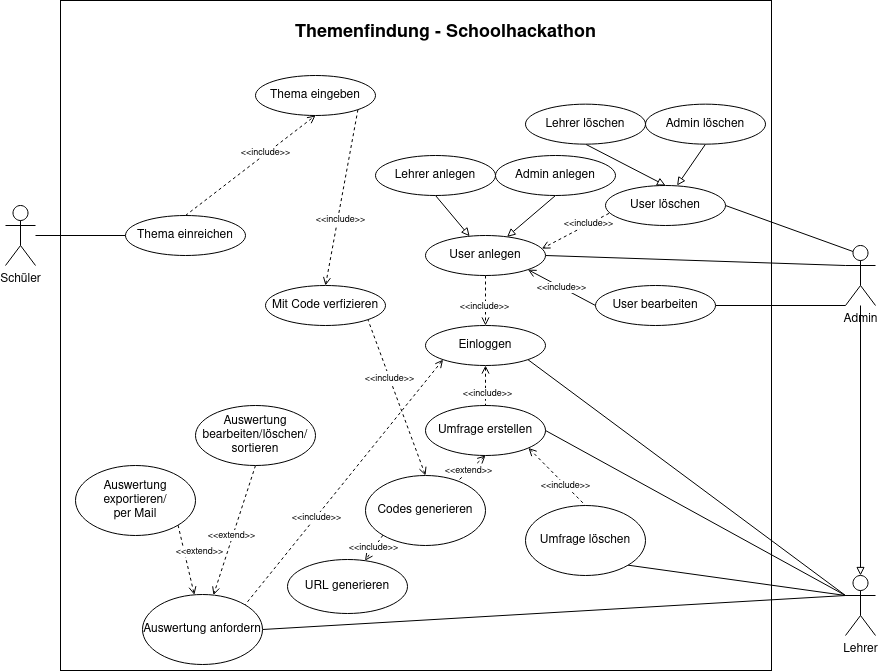
Before: Sprint-0/Use-Case-Diagram/Use-Case-Diagram.png, a diagram exported from draw.io (AllCatchingEye/School-Hackathon). Source tidied: cells renumbered, new cells last; positions are measured from the earlier drawing's top-left corner, leaving out a move shared by most shapes.
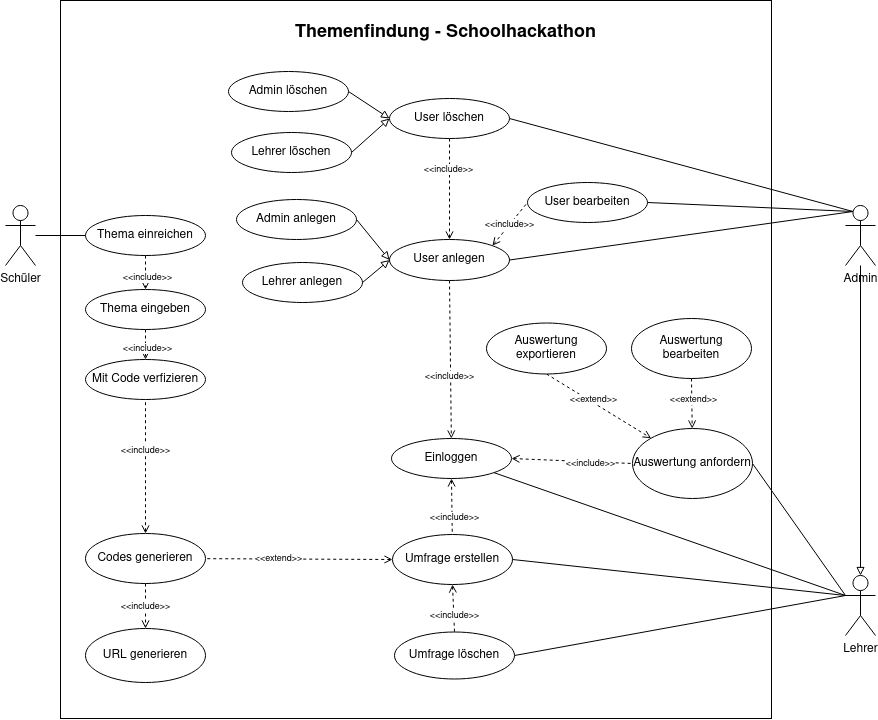
Later version of the same file.

The edit, as a diff of the source:
```diff
@@ -3,7 +3,7 @@
     <mxCell id="0" />
     <mxCell id="1" parent="0" />
     <mxCell id="2" style="rounded=0;whiteSpace=wrap;html=1;" parent="1" vertex="1">
-      <mxGeometry x="55" width="711" height="670" as="geometry" />
+      <mxGeometry x="55" width="711" height="718" as="geometry" />
     </mxCell>
     <mxCell id="3" style="edgeStyle=none;rounded=0;jettySize=auto;html=1;exitX=0.5;exitY=1;exitDx=0;exitDy=0;dashed=1;fontSize=9;startArrow=none;startFill=0;endArrow=open;endFill=0;" parent="1" edge="1" source="5" target="31">
       <mxGeometry relative="1" as="geometry" />
@@ -13,23 +13,23 @@
         <mxPoint y="-10" as="offset" />
       </mxGeometry>
     </mxCell>
-    <mxCell id="5" value="&lt;div&gt;Auswertung bearbeiten/löschen/&lt;/div&gt;&lt;div&gt;sortieren&lt;br&gt;&lt;/div&gt;" style="ellipse;whiteSpace=wrap;html=1;" parent="1" vertex="1">
-      <mxGeometry x="190" y="405" width="120" height="60" as="geometry" />
+    <mxCell id="5" value="&lt;div&gt;Auswertung bearbeiten&lt;/div&gt;" style="ellipse;whiteSpace=wrap;html=1;" parent="1" vertex="1">
+      <mxGeometry x="626" y="318" width="120" height="60" as="geometry" />
     </mxCell>
-    <mxCell id="6" style="edgeStyle=none;rounded=0;jettySize=auto;html=1;exitX=0.5;exitY=1;exitDx=0;exitDy=0;dashed=1;fontSize=9;startArrow=open;startFill=0;endArrow=none;endFill=0;" parent="1" edge="1" source="10" target="30">
+    <mxCell id="6" style="edgeStyle=none;rounded=0;jettySize=auto;html=1;exitX=0;exitY=0.5;exitDx=0;exitDy=0;dashed=1;fontSize=9;startArrow=open;startFill=0;endArrow=none;endFill=0;" parent="1" edge="1" source="10" target="30">
       <mxGeometry relative="1" as="geometry" />
     </mxCell>
     <mxCell id="7" value="&amp;lt;&amp;lt;extend&amp;gt;&amp;gt;" style="edgeLabel;html=1;align=center;verticalAlign=middle;fontSize=9;" parent="6" vertex="1">
       <mxGeometry x="0.22" y="-1" relative="1" as="geometry" />
     </mxCell>
-    <mxCell id="8" style="edgeStyle=none;rounded=0;jettySize=auto;html=1;exitX=1;exitY=1;exitDx=0;exitDy=0;entryX=0.5;entryY=0;entryDx=0;entryDy=0;fontSize=9;startArrow=open;startFill=0;endArrow=none;endFill=0;dashed=1;" parent="1" edge="1" source="10" target="35">
+    <mxCell id="8" style="edgeStyle=none;rounded=0;jettySize=auto;html=1;exitX=0.5;exitY=1;exitDx=0;exitDy=0;entryX=0.5;entryY=0;entryDx=0;entryDy=0;fontSize=9;startArrow=open;startFill=0;endArrow=none;endFill=0;dashed=1;" parent="1" edge="1" source="10" target="35">
       <mxGeometry relative="1" as="geometry" />
     </mxCell>
     <mxCell id="9" value="&amp;lt;&amp;lt;include&amp;gt;&amp;gt;" style="edgeLabel;html=1;align=center;verticalAlign=middle;fontSize=9;" parent="8" vertex="1">
       <mxGeometry x="0.28" relative="1" as="geometry" />
     </mxCell>
     <mxCell id="10" value="Umfrage erstellen" style="ellipse;whiteSpace=wrap;html=1;" parent="1" vertex="1">
-      <mxGeometry x="420" y="405" width="120" height="50" as="geometry" />
+      <mxGeometry x="387" y="534" width="120" height="50" as="geometry" />
     </mxCell>
     <mxCell id="11" value="Schüler" style="shape=umlActor;verticalLabelPosition=bottom;verticalAlign=top;html=1;outlineConnect=0;" parent="1" vertex="1">
       <mxGeometry y="205" width="30" height="60" as="geometry" />
@@ -43,7 +43,7 @@
     <mxCell id="14" style="edgeStyle=none;rounded=0;jettySize=auto;html=1;exitX=0;exitY=0.3333333333333333;exitDx=0;exitDy=0;exitPerimeter=0;entryX=1;entryY=0.5;entryDx=0;entryDy=0;fontSize=9;startArrow=none;startFill=0;endArrow=none;endFill=0;" parent="1" edge="1" source="16" target="31">
       <mxGeometry relative="1" as="geometry" />
     </mxCell>
-    <mxCell id="15" style="edgeStyle=none;rounded=0;jettySize=auto;html=1;exitX=0;exitY=0.3333333333333333;exitDx=0;exitDy=0;exitPerimeter=0;entryX=1;entryY=1;entryDx=0;entryDy=0;fontSize=9;startArrow=none;startFill=0;endArrow=none;endFill=0;" parent="1" edge="1" source="16" target="35">
+    <mxCell id="15" style="edgeStyle=none;rounded=0;jettySize=auto;html=1;exitX=0;exitY=0.3333333333333333;exitDx=0;exitDy=0;exitPerimeter=0;entryX=1;entryY=0.5;entryDx=0;entryDy=0;fontSize=9;startArrow=none;startFill=0;endArrow=none;endFill=0;" parent="1" edge="1" source="16" target="35">
       <mxGeometry relative="1" as="geometry" />
     </mxCell>
     <mxCell id="16" value="Lehrer" style="shape=umlActor;verticalLabelPosition=bottom;verticalAlign=top;html=1;outlineConnect=0;" parent="1" vertex="1">
@@ -52,17 +52,17 @@
     <mxCell id="17" style="edgeStyle=none;rounded=0;jettySize=auto;html=1;fontSize=9;startArrow=none;startFill=0;endArrow=block;endFill=0;" parent="1" edge="1" source="21" target="16">
       <mxGeometry relative="1" as="geometry" />
     </mxCell>
-    <mxCell id="18" style="edgeStyle=none;rounded=0;jettySize=auto;html=1;exitX=0;exitY=0.3333333333333333;exitDx=0;exitDy=0;exitPerimeter=0;entryX=1;entryY=0.5;entryDx=0;entryDy=0;fontSize=9;startArrow=none;startFill=0;endArrow=none;endFill=0;" parent="1" edge="1" source="21" target="40">
+    <mxCell id="18" style="edgeStyle=none;rounded=0;jettySize=auto;html=1;exitX=0.25;exitY=0.1;exitDx=0;exitDy=0;exitPerimeter=0;entryX=1;entryY=0.5;entryDx=0;entryDy=0;fontSize=9;startArrow=none;startFill=0;endArrow=none;endFill=0;" parent="1" edge="1" source="21" target="40">
       <mxGeometry relative="1" as="geometry" />
     </mxCell>
     <mxCell id="19" style="edgeStyle=none;rounded=0;jettySize=auto;html=1;exitX=0.25;exitY=0.1;exitDx=0;exitDy=0;exitPerimeter=0;entryX=1;entryY=0.5;entryDx=0;entryDy=0;fontSize=9;startArrow=none;startFill=0;endArrow=none;endFill=0;" parent="1" edge="1" source="21" target="43">
       <mxGeometry relative="1" as="geometry" />
     </mxCell>
-    <mxCell id="20" style="edgeStyle=none;rounded=0;jettySize=auto;html=1;exitX=0;exitY=1;exitDx=0;exitDy=0;exitPerimeter=0;entryX=1;entryY=0.5;entryDx=0;entryDy=0;fontSize=9;startArrow=none;startFill=0;endArrow=none;endFill=0;" parent="1" edge="1" source="21" target="60">
+    <mxCell id="20" style="edgeStyle=none;rounded=0;jettySize=auto;html=1;exitX=0.25;exitY=0.1;exitDx=0;exitDy=0;exitPerimeter=0;entryX=1;entryY=0.5;entryDx=0;entryDy=0;fontSize=9;startArrow=none;startFill=0;endArrow=none;endFill=0;" parent="1" edge="1" source="21" target="60">
       <mxGeometry relative="1" as="geometry" />
     </mxCell>
     <mxCell id="21" value="Admin" style="shape=umlActor;verticalLabelPosition=bottom;verticalAlign=top;html=1;outlineConnect=0;" parent="1" vertex="1">
-      <mxGeometry x="840" y="245" width="30" height="60" as="geometry" />
+      <mxGeometry x="840" y="205" width="30" height="60" as="geometry" />
     </mxCell>
     <mxCell id="22" style="edgeStyle=none;rounded=0;jettySize=auto;html=1;exitX=0.5;exitY=1;exitDx=0;exitDy=0;fontSize=9;endArrow=none;endFill=0;dashed=1;startArrow=open;startFill=0;" parent="1" edge="1" source="26" target="10">
       <mxGeometry relative="1" as="geometry" />
@@ -70,7 +70,7 @@
     <mxCell id="23" value="&amp;lt;&amp;lt;include&amp;gt;&amp;gt;" style="edgeLabel;html=1;align=center;verticalAlign=middle;fontSize=9;" parent="22" vertex="1">
       <mxGeometry x="0.38" y="2" relative="1" as="geometry" />
     </mxCell>
-    <mxCell id="24" style="edgeStyle=none;rounded=0;jettySize=auto;html=1;exitX=0;exitY=1;exitDx=0;exitDy=0;entryX=1;entryY=0;entryDx=0;entryDy=0;fontSize=9;startArrow=open;startFill=0;endArrow=none;endFill=0;dashed=1;" parent="1" edge="1" source="26" target="31">
+    <mxCell id="24" style="edgeStyle=none;rounded=0;jettySize=auto;html=1;exitX=1;exitY=0.5;exitDx=0;exitDy=0;entryX=0;entryY=0.5;entryDx=0;entryDy=0;fontSize=9;startArrow=open;startFill=0;endArrow=none;endFill=0;dashed=1;" parent="1" edge="1" source="26" target="31">
       <mxGeometry relative="1" as="geometry" />
     </mxCell>
     <mxCell id="25" value="&amp;lt;&amp;lt;include&amp;gt;&amp;gt;" style="edgeLabel;html=1;align=center;verticalAlign=middle;fontSize=9;" parent="24" vertex="1">
@@ -79,24 +79,24 @@
       </mxGeometry>
     </mxCell>
     <mxCell id="26" value="Einloggen" style="ellipse;whiteSpace=wrap;html=1;" parent="1" vertex="1">
-      <mxGeometry x="420" y="325" width="120" height="40" as="geometry" />
+      <mxGeometry x="386" y="438" width="120" height="40" as="geometry" />
     </mxCell>
-    <mxCell id="27" style="edgeStyle=none;rounded=0;jettySize=auto;html=1;exitX=0.5;exitY=0;exitDx=0;exitDy=0;entryX=1;entryY=1;entryDx=0;entryDy=0;fontSize=9;startArrow=open;startFill=0;endArrow=none;endFill=0;dashed=1;" parent="1" edge="1" source="30" target="44">
+    <mxCell id="27" style="edgeStyle=none;rounded=0;jettySize=auto;html=1;entryX=0.5;entryY=1;entryDx=0;entryDy=0;fontSize=9;startArrow=open;startFill=0;endArrow=none;endFill=0;dashed=1;" parent="1" edge="1" source="30" target="44">
       <mxGeometry relative="1" as="geometry" />
     </mxCell>
     <mxCell id="28" value="&lt;font style=&quot;font-size: 9px&quot;&gt;&amp;lt;&amp;lt;include&amp;gt;&amp;gt;&lt;/font&gt;" style="edgeLabel;html=1;align=center;verticalAlign=middle;" parent="27" vertex="1">
       <mxGeometry x="0.26" relative="1" as="geometry" />
     </mxCell>
-    <mxCell id="29" value="&amp;lt;&amp;lt;include&amp;gt;&amp;gt;" style="edgeStyle=none;rounded=0;jettySize=auto;html=1;exitX=0;exitY=1;exitDx=0;exitDy=0;fontSize=9;startArrow=none;startFill=0;endArrow=open;endFill=0;dashed=1;" parent="1" edge="1" source="30" target="61">
+    <mxCell id="29" value="&amp;lt;&amp;lt;include&amp;gt;&amp;gt;" style="edgeStyle=none;rounded=0;jettySize=auto;html=1;exitX=0.5;exitY=1;exitDx=0;exitDy=0;fontSize=9;startArrow=none;startFill=0;endArrow=open;endFill=0;dashed=1;" parent="1" edge="1" source="30" target="61">
       <mxGeometry relative="1" as="geometry" />
     </mxCell>
     <mxCell id="30" value="Codes generieren" style="ellipse;whiteSpace=wrap;html=1;" parent="1" vertex="1">
-      <mxGeometry x="360" y="475" width="120" height="70" as="geometry" />
+      <mxGeometry x="80" y="533" width="120" height="50" as="geometry" />
     </mxCell>
     <mxCell id="31" value="Auswertung anfordern" style="ellipse;whiteSpace=wrap;html=1;" parent="1" vertex="1">
-      <mxGeometry x="137" y="594" width="120" height="70" as="geometry" />
+      <mxGeometry x="627" y="428" width="120" height="70" as="geometry" />
     </mxCell>
-    <mxCell id="32" style="edgeStyle=none;rounded=0;jettySize=auto;html=1;exitX=1;exitY=1;exitDx=0;exitDy=0;dashed=1;fontSize=9;startArrow=none;startFill=0;endArrow=open;endFill=0;" parent="1" edge="1" source="34" target="31">
+    <mxCell id="32" style="edgeStyle=none;rounded=0;jettySize=auto;html=1;exitX=0.5;exitY=1;exitDx=0;exitDy=0;dashed=1;fontSize=9;startArrow=none;startFill=0;endArrow=open;endFill=0;" parent="1" edge="1" source="34" target="31">
       <mxGeometry relative="1" as="geometry" />
     </mxCell>
     <mxCell id="33" value="&amp;lt;&amp;lt;extend&amp;gt;&amp;gt;" style="edgeLabel;html=1;align=center;verticalAlign=middle;fontSize=9;" parent="32" vertex="1">
@@ -104,59 +104,55 @@
         <mxPoint x="16" y="6" as="offset" />
       </mxGeometry>
     </mxCell>
-    <mxCell id="34" value="&lt;div&gt;Auswertung exportieren/&lt;/div&gt;&lt;div&gt;per Mail &lt;br&gt;&lt;/div&gt;" style="ellipse;whiteSpace=wrap;html=1;" parent="1" vertex="1">
-      <mxGeometry x="70" y="465" width="120" height="70" as="geometry" />
+    <mxCell id="34" value="&lt;div&gt;Auswertung exportieren&lt;/div&gt;" style="ellipse;whiteSpace=wrap;html=1;" parent="1" vertex="1">
+      <mxGeometry x="481" y="322.5" width="120" height="51" as="geometry" />
     </mxCell>
     <mxCell id="35" value="Umfrage löschen" style="ellipse;whiteSpace=wrap;html=1;" parent="1" vertex="1">
-      <mxGeometry x="520" y="505" width="120" height="70" as="geometry" />
+      <mxGeometry x="389" y="631.5" width="120" height="47" as="geometry" />
     </mxCell>
-    <mxCell id="36" style="edgeStyle=none;rounded=0;jettySize=auto;html=1;exitX=0.5;exitY=1;exitDx=0;exitDy=0;fontSize=9;startArrow=none;startFill=0;endArrow=open;endFill=0;dashed=1;" parent="1" edge="1" source="40">
-      <mxGeometry relative="1" as="geometry">
-        <mxPoint x="480" y="325" as="targetPoint" />
-      </mxGeometry>
+    <mxCell id="36" style="edgeStyle=none;rounded=0;jettySize=auto;html=1;fontSize=9;startArrow=none;startFill=0;endArrow=open;endFill=0;dashed=1;exitX=0.5;exitY=1;exitDx=0;exitDy=0;" parent="1" edge="1" source="40" target="26">
+      <mxGeometry relative="1" as="geometry" />
     </mxCell>
     <mxCell id="37" value="&amp;lt;&amp;lt;include&amp;gt;&amp;gt;" style="edgeLabel;html=1;align=center;verticalAlign=middle;fontSize=9;" parent="36" vertex="1">
       <mxGeometry x="0.21" y="-1" relative="1" as="geometry" />
     </mxCell>
-    <mxCell id="38" style="edgeStyle=none;rounded=0;jettySize=auto;html=1;fontSize=18;startArrow=block;startFill=0;endArrow=none;endFill=0;entryX=0.5;entryY=1;entryDx=0;entryDy=0;" parent="1" edge="1" target="53">
-      <mxGeometry relative="1" as="geometry">
-        <mxPoint x="501.6" y="236.3" as="sourcePoint" />
-      </mxGeometry>
+    <mxCell id="38" style="edgeStyle=none;rounded=0;jettySize=auto;html=1;fontSize=18;startArrow=block;startFill=0;endArrow=none;endFill=0;entryX=1;entryY=0.5;entryDx=0;entryDy=0;exitX=0;exitY=0.5;exitDx=0;exitDy=0;" parent="1" edge="1" source="40" target="53">
+      <mxGeometry relative="1" as="geometry" />
     </mxCell>
-    <mxCell id="39" value="&amp;lt;&amp;lt;include&amp;gt;&amp;gt;" style="edgeStyle=none;rounded=0;jettySize=auto;html=1;exitX=1;exitY=1;exitDx=0;exitDy=0;entryX=0;entryY=0.5;entryDx=0;entryDy=0;fontSize=9;startArrow=open;startFill=0;endArrow=none;endFill=0;" parent="1" edge="1" source="40" target="60">
+    <mxCell id="39" value="&amp;lt;&amp;lt;include&amp;gt;&amp;gt;" style="edgeStyle=none;rounded=0;jettySize=auto;html=1;exitX=1;exitY=0;exitDx=0;exitDy=0;entryX=0;entryY=0.5;entryDx=0;entryDy=0;fontSize=9;startArrow=open;startFill=0;endArrow=none;endFill=0;dashed=1;" parent="1" edge="1" source="40" target="60">
       <mxGeometry relative="1" as="geometry" />
     </mxCell>
     <mxCell id="40" value="User anlegen" style="ellipse;whiteSpace=wrap;html=1;" parent="1" vertex="1">
-      <mxGeometry x="420" y="235" width="120" height="40" as="geometry" />
+      <mxGeometry x="384" y="239" width="120" height="41" as="geometry" />
     </mxCell>
-    <mxCell id="41" style="edgeStyle=none;rounded=0;jettySize=auto;html=1;exitX=0.029;exitY=0.697;exitDx=0;exitDy=0;entryX=0.97;entryY=0.329;entryDx=0;entryDy=0;dashed=1;fontSize=9;startArrow=none;startFill=0;endArrow=open;endFill=0;entryPerimeter=0;exitPerimeter=0;" parent="1" edge="1" source="43" target="40">
+    <mxCell id="41" style="edgeStyle=none;rounded=0;jettySize=auto;html=1;exitX=0.5;exitY=1;exitDx=0;exitDy=0;entryX=0.5;entryY=0;entryDx=0;entryDy=0;dashed=1;fontSize=9;startArrow=none;startFill=0;endArrow=open;endFill=0;" parent="1" edge="1" source="43" target="40">
       <mxGeometry relative="1" as="geometry" />
     </mxCell>
     <mxCell id="42" value="&lt;div&gt;&amp;lt;&amp;lt;include&amp;gt;&amp;gt;&lt;/div&gt;" style="edgeLabel;html=1;align=center;verticalAlign=middle;fontSize=9;" parent="41" vertex="1">
       <mxGeometry x="-0.39" y="-1" relative="1" as="geometry" />
     </mxCell>
     <mxCell id="43" value="User löschen" style="ellipse;whiteSpace=wrap;html=1;" parent="1" vertex="1">
-      <mxGeometry x="600" y="185" width="120" height="40" as="geometry" />
+      <mxGeometry x="384" y="98" width="120" height="40" as="geometry" />
     </mxCell>
     <mxCell id="44" value="Mit Code verfizieren" style="ellipse;whiteSpace=wrap;html=1;" parent="1" vertex="1">
-      <mxGeometry x="260" y="285" width="120" height="40" as="geometry" />
+      <mxGeometry x="80" y="359" width="120" height="40" as="geometry" />
     </mxCell>
-    <mxCell id="45" style="edgeStyle=none;rounded=0;jettySize=auto;html=1;exitX=1;exitY=1;exitDx=0;exitDy=0;entryX=0.5;entryY=0;entryDx=0;entryDy=0;fontSize=9;startArrow=none;startFill=0;endArrow=open;endFill=0;dashed=1;" parent="1" edge="1" source="47" target="44">
+    <mxCell id="45" style="edgeStyle=none;rounded=0;jettySize=auto;html=1;exitX=0.5;exitY=1;exitDx=0;exitDy=0;fontSize=9;startArrow=none;startFill=0;endArrow=open;endFill=0;dashed=1;" parent="1" edge="1" source="47" target="44">
       <mxGeometry relative="1" as="geometry" />
     </mxCell>
     <mxCell id="46" value="&lt;div&gt;&amp;lt;&amp;lt;include&amp;gt;&amp;gt;&lt;/div&gt;" style="edgeLabel;html=1;align=center;verticalAlign=middle;fontSize=9;" parent="45" vertex="1">
       <mxGeometry x="0.24" y="2" relative="1" as="geometry" />
     </mxCell>
     <mxCell id="47" value="Thema eingeben" style="ellipse;whiteSpace=wrap;html=1;" parent="1" vertex="1">
-      <mxGeometry x="250" y="75" width="120" height="40" as="geometry" />
+      <mxGeometry x="80" y="289" width="120" height="40" as="geometry" />
     </mxCell>
     <mxCell id="48" style="edgeStyle=none;rounded=0;jettySize=auto;html=1;exitX=0;exitY=0.5;exitDx=0;exitDy=0;fontSize=9;startArrow=none;startFill=0;endArrow=none;endFill=0;" parent="1" edge="1" source="49" target="11">
       <mxGeometry relative="1" as="geometry" />
     </mxCell>
     <mxCell id="49" value="Thema einreichen" style="ellipse;whiteSpace=wrap;html=1;" parent="1" vertex="1">
-      <mxGeometry x="120" y="215" width="120" height="40" as="geometry" />
+      <mxGeometry x="80" y="215" width="120" height="40" as="geometry" />
     </mxCell>
-    <mxCell id="50" style="edgeStyle=none;rounded=0;jettySize=auto;html=1;exitX=0.5;exitY=0;exitDx=0;exitDy=0;entryX=0.5;entryY=1;entryDx=0;entryDy=0;fontSize=9;startArrow=none;startFill=0;endArrow=open;endFill=0;dashed=1;" parent="1" edge="1" source="49" target="47">
+    <mxCell id="50" style="edgeStyle=none;rounded=0;jettySize=auto;html=1;exitX=0.5;exitY=1;exitDx=0;exitDy=0;fontSize=9;startArrow=none;startFill=0;endArrow=open;endFill=0;dashed=1;entryX=0.5;entryY=0;entryDx=0;entryDy=0;" parent="1" edge="1" source="49" target="47">
       <mxGeometry relative="1" as="geometry" />
     </mxCell>
     <mxCell id="51" value="&amp;lt;&amp;lt;include&amp;gt;&amp;gt;" style="edgeLabel;html=1;align=center;verticalAlign=middle;fontSize=9;" parent="50" vertex="1">
@@ -166,35 +162,31 @@
       <mxGeometry x="390" y="11" width="100" height="40" as="geometry" />
     </mxCell>
     <mxCell id="53" value="Admin anlegen" style="ellipse;whiteSpace=wrap;html=1;" parent="1" vertex="1">
-      <mxGeometry x="490" y="155" width="120" height="40" as="geometry" />
+      <mxGeometry x="231" y="199" width="120" height="40" as="geometry" />
     </mxCell>
-    <mxCell id="54" style="edgeStyle=none;rounded=0;jettySize=auto;html=1;fontSize=18;startArrow=block;startFill=0;endArrow=none;endFill=0;entryX=0.5;entryY=1;entryDx=0;entryDy=0;" parent="1" edge="1" target="55">
-      <mxGeometry relative="1" as="geometry">
-        <mxPoint x="464.1" y="235.7" as="sourcePoint" />
-      </mxGeometry>
+    <mxCell id="54" style="edgeStyle=none;rounded=0;jettySize=auto;html=1;fontSize=18;startArrow=block;startFill=0;endArrow=none;endFill=0;entryX=1;entryY=0.5;entryDx=0;entryDy=0;exitX=0;exitY=0.5;exitDx=0;exitDy=0;" parent="1" edge="1" source="40" target="55">
+      <mxGeometry relative="1" as="geometry" />
     </mxCell>
     <mxCell id="55" value="Lehrer anlegen" style="ellipse;whiteSpace=wrap;html=1;" parent="1" vertex="1">
-      <mxGeometry x="370" y="155" width="120" height="40" as="geometry" />
+      <mxGeometry x="237" y="262" width="120" height="40" as="geometry" />
     </mxCell>
-    <mxCell id="56" style="edgeStyle=none;rounded=0;jettySize=auto;html=1;fontSize=18;startArrow=block;startFill=0;endArrow=none;endFill=0;entryX=0.5;entryY=1;entryDx=0;entryDy=0;" parent="1" edge="1" target="57">
-      <mxGeometry relative="1" as="geometry">
-        <mxPoint x="671.6" y="185" as="sourcePoint" />
-      </mxGeometry>
+    <mxCell id="56" style="edgeStyle=none;rounded=0;jettySize=auto;html=1;fontSize=18;startArrow=block;startFill=0;endArrow=none;endFill=0;entryX=1;entryY=0.5;entryDx=0;entryDy=0;exitX=0;exitY=0.5;exitDx=0;exitDy=0;" parent="1" edge="1" source="43" target="57">
+      <mxGeometry relative="1" as="geometry" />
     </mxCell>
     <mxCell id="57" value="Admin löschen" style="ellipse;whiteSpace=wrap;html=1;" parent="1" vertex="1">
-      <mxGeometry x="640" y="103.7" width="120" height="40" as="geometry" />
+      <mxGeometry x="223" y="71" width="120" height="40" as="geometry" />
     </mxCell>
-    <mxCell id="58" style="edgeStyle=none;rounded=0;jettySize=auto;html=1;fontSize=18;startArrow=block;startFill=0;endArrow=none;endFill=0;entryX=0.5;entryY=1;entryDx=0;entryDy=0;exitX=0.5;exitY=0;exitDx=0;exitDy=0;" parent="1" edge="1" source="43" target="59">
+    <mxCell id="58" style="edgeStyle=none;rounded=0;jettySize=auto;html=1;fontSize=18;startArrow=block;startFill=0;endArrow=none;endFill=0;entryX=1;entryY=0.5;entryDx=0;entryDy=0;exitX=0;exitY=0.5;exitDx=0;exitDy=0;" parent="1" edge="1" source="43" target="59">
       <mxGeometry relative="1" as="geometry" />
     </mxCell>
     <mxCell id="59" value="Lehrer löschen" style="ellipse;whiteSpace=wrap;html=1;" parent="1" vertex="1">
-      <mxGeometry x="520" y="103.7" width="120" height="40" as="geometry" />
+      <mxGeometry x="226" y="132" width="120" height="40" as="geometry" />
     </mxCell>
     <mxCell id="60" value="User bearbeiten" style="ellipse;whiteSpace=wrap;html=1;" parent="1" vertex="1">
-      <mxGeometry x="590" y="285" width="120" height="40" as="geometry" />
+      <mxGeometry x="522" y="182" width="120" height="40" as="geometry" />
     </mxCell>
     <mxCell id="61" value="URL generieren" style="ellipse;whiteSpace=wrap;html=1;" parent="1" vertex="1">
-      <mxGeometry x="282" y="559" width="120" height="54" as="geometry" />
+      <mxGeometry x="80" y="628" width="120" height="54" as="geometry" />
     </mxCell>
   </root>
 </mxGraphModel>
```
